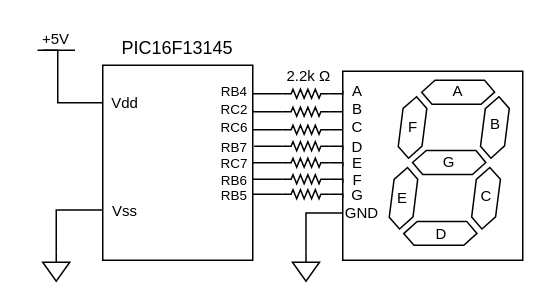
Before: 7seg.drawio in jfcbooth/block_diagrams, a draw.io diagram. Source tidied: cells renumbered, new cells numbered last; positions are measured from the earlier drawing's top-left corner, leaving out a move shared by most shapes. Both pictures are drawn from the tidied source at 150%, with x=0, y=0 at pixel (26, 26).
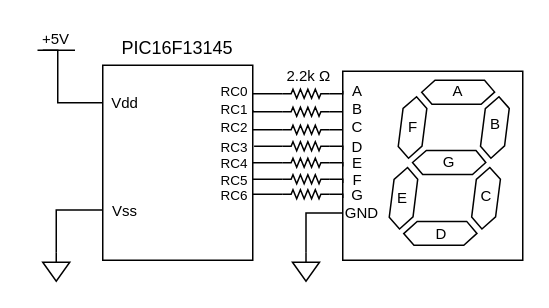
The same diagram, later.

Change to the diagram source:
```diff
@@
-    <mxCell id="43" value="&lt;font style=&quot;font-size: 9px;&quot;&gt;RB4&lt;/font&gt;" style="text;html=1;strokeColor=none;fillColor=none;align=center;verticalAlign=middle;whiteSpace=wrap;rounded=0;" parent="1" vertex="1">
+    <mxCell id="43" value="&lt;font style=&quot;font-size: 9px;&quot;&gt;RC0&lt;/font&gt;" style="text;html=1;strokeColor=none;fillColor=none;align=center;verticalAlign=middle;whiteSpace=wrap;rounded=0;" parent="1" vertex="1">
       <mxGeometry x="129" y="38" width="20" height="10" as="geometry" />
     </mxCell>
-    <mxCell id="44" value="&lt;font style=&quot;font-size: 9px;&quot;&gt;RC2&lt;/font&gt;" style="text;html=1;strokeColor=none;fillColor=none;align=center;verticalAlign=middle;whiteSpace=wrap;rounded=0;" parent="1" vertex="1">
+    <mxCell id="44" value="&lt;font style=&quot;font-size: 9px;&quot;&gt;RC1&lt;/font&gt;" style="text;html=1;strokeColor=none;fillColor=none;align=center;verticalAlign=middle;whiteSpace=wrap;rounded=0;" parent="1" vertex="1">
       <mxGeometry x="129" y="50" width="20" height="10" as="geometry" />
     </mxCell>
-    <mxCell id="45" value="&lt;font style=&quot;font-size: 9px;&quot;&gt;RC6&lt;/font&gt;" style="text;html=1;strokeColor=none;fillColor=none;align=center;verticalAlign=middle;whiteSpace=wrap;rounded=0;" parent="1" vertex="1">
+    <mxCell id="45" value="&lt;font style=&quot;font-size: 9px;&quot;&gt;RC2&lt;/font&gt;" style="text;html=1;strokeColor=none;fillColor=none;align=center;verticalAlign=middle;whiteSpace=wrap;rounded=0;" parent="1" vertex="1">
       <mxGeometry x="129" y="62" width="20" height="10" as="geometry" />
     </mxCell>
-    <mxCell id="46" value="&lt;font style=&quot;font-size: 9px;&quot;&gt;RB7&lt;/font&gt;" style="text;html=1;strokeColor=none;fillColor=none;align=center;verticalAlign=middle;whiteSpace=wrap;rounded=0;" parent="1" vertex="1">
+    <mxCell id="46" value="&lt;font style=&quot;font-size: 9px;&quot;&gt;RC3&lt;/font&gt;" style="text;html=1;strokeColor=none;fillColor=none;align=center;verticalAlign=middle;whiteSpace=wrap;rounded=0;" parent="1" vertex="1">
       <mxGeometry x="129" y="75" width="20" height="10" as="geometry" />
     </mxCell>
-    <mxCell id="47" value="&lt;font style=&quot;font-size: 9px;&quot;&gt;RC7&lt;/font&gt;" style="text;html=1;strokeColor=none;fillColor=none;align=center;verticalAlign=middle;whiteSpace=wrap;rounded=0;" parent="1" vertex="1">
+    <mxCell id="47" value="&lt;font style=&quot;font-size: 9px;&quot;&gt;RC4&lt;/font&gt;" style="text;html=1;strokeColor=none;fillColor=none;align=center;verticalAlign=middle;whiteSpace=wrap;rounded=0;" parent="1" vertex="1">
       <mxGeometry x="129" y="86" width="20" height="10" as="geometry" />
     </mxCell>
-    <mxCell id="48" value="&lt;font style=&quot;font-size: 9px;&quot;&gt;RB6&lt;/font&gt;" style="text;html=1;strokeColor=none;fillColor=none;align=center;verticalAlign=middle;whiteSpace=wrap;rounded=0;" parent="1" vertex="1">
+    <mxCell id="48" value="&lt;font style=&quot;font-size: 9px;&quot;&gt;RC5&lt;/font&gt;" style="text;html=1;strokeColor=none;fillColor=none;align=center;verticalAlign=middle;whiteSpace=wrap;rounded=0;" parent="1" vertex="1">
       <mxGeometry x="129" y="97" width="20" height="10" as="geometry" />
     </mxCell>
-    <mxCell id="49" value="&lt;font style=&quot;font-size: 9px;&quot;&gt;RB5&lt;/font&gt;" style="text;html=1;strokeColor=none;fillColor=none;align=center;verticalAlign=middle;whiteSpace=wrap;rounded=0;" parent="1" vertex="1">
+    <mxCell id="49" value="&lt;font style=&quot;font-size: 9px;&quot;&gt;RC6&lt;/font&gt;" style="text;html=1;strokeColor=none;fillColor=none;align=center;verticalAlign=middle;whiteSpace=wrap;rounded=0;" parent="1" vertex="1">
       <mxGeometry x="129" y="107" width="20" height="10" as="geometry" />
     </mxCell>
```
